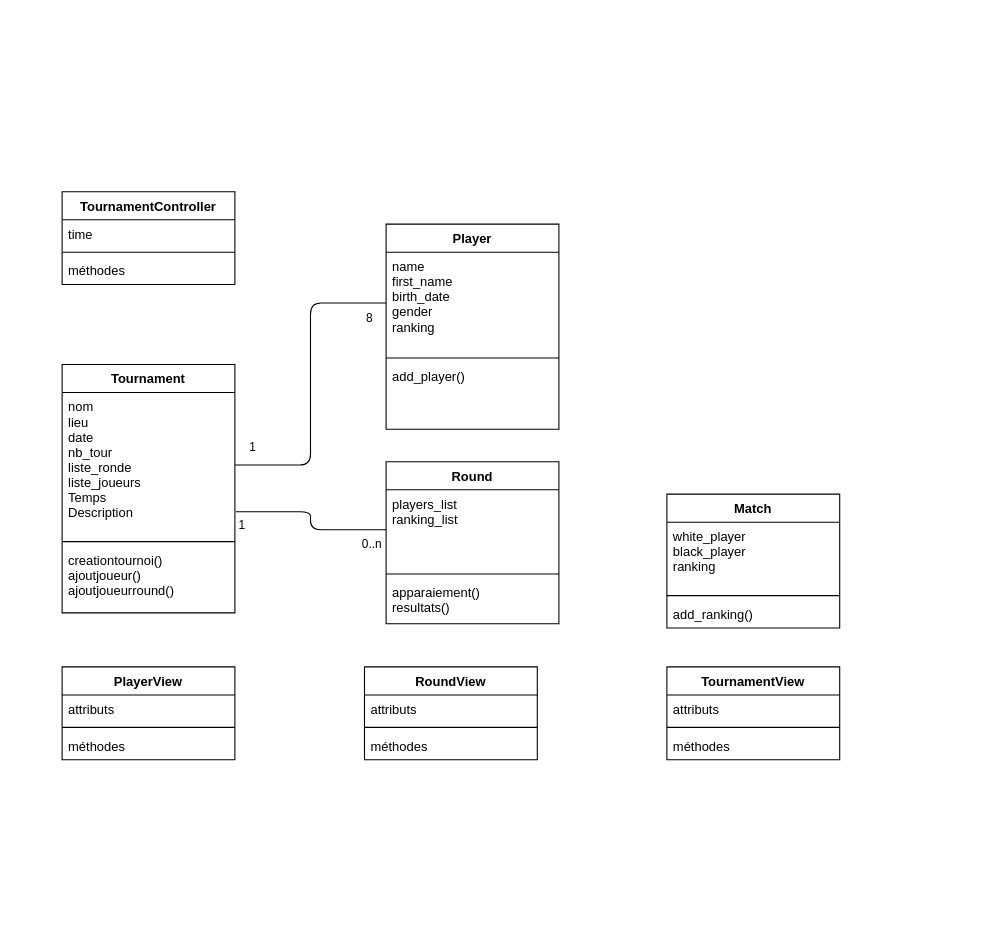
The draw.io diagram diag_class.drawio in seah78/P4, before the edit. Source tidied: cells renumbered, new cells numbered last; positions are measured from the earlier drawing's top-left corner, leaving out a move shared by most shapes. Both pictures are drawn from the tidied source at 108%, with x=0, y=0 at pixel (62, 191).
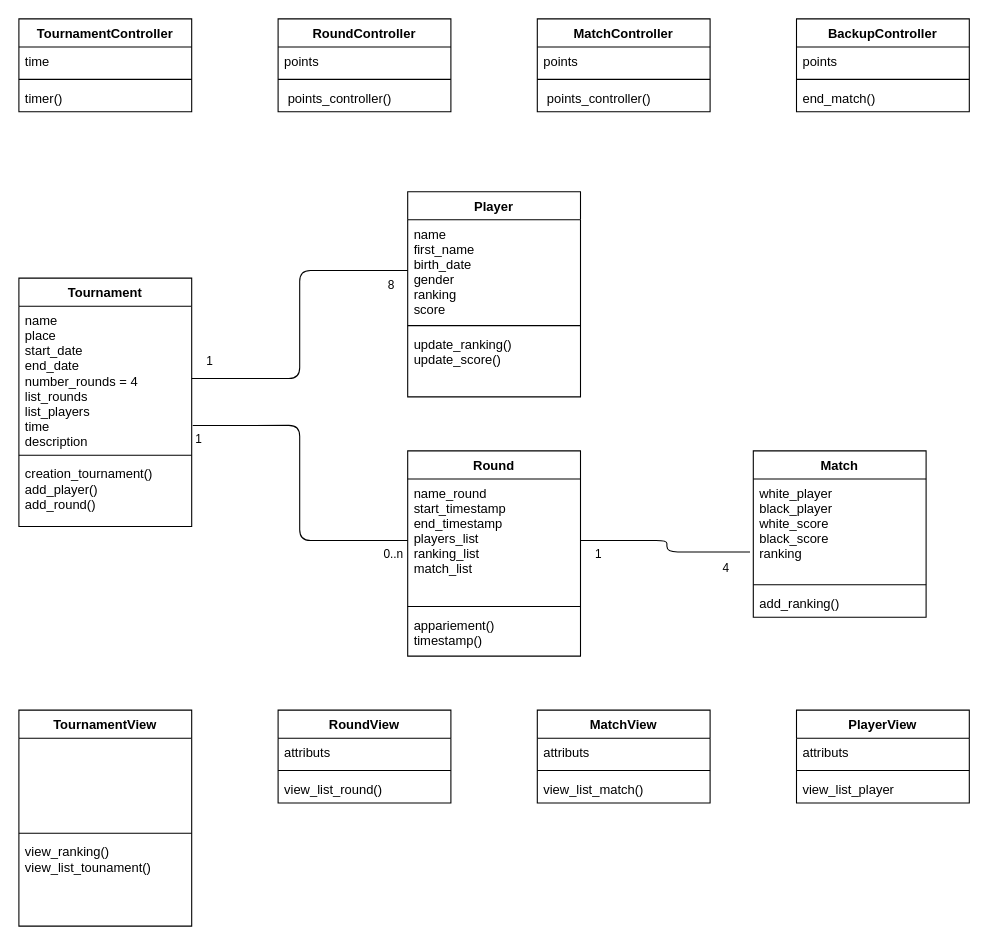
The same diagram, later.

The edit, as a diff of the source:
```diff
@@
     <mxCell id="2" value="TournamentController" style="swimlane;fontStyle=1;align=center;verticalAlign=top;horizontal=1;startSize=26;" parent="1" vertex="1">
-      <mxGeometry width="160" height="86" as="geometry" />
+      <mxGeometry x="-40" y="-160" width="160" height="86" as="geometry" />
     </mxCell>
@@
-    <mxCell id="5" value="méthodes&#10;" style="text;strokeColor=none;fillColor=none;align=left;verticalAlign=top;spacingLeft=4;spacingRight=4;overflow=hidden;" parent="2" vertex="1">
+    <mxCell id="5" value="timer()" style="text;strokeColor=none;fillColor=none;align=left;verticalAlign=top;spacingLeft=4;spacingRight=4;overflow=hidden;" parent="2" vertex="1">
       <mxGeometry y="60" width="160" height="26" as="geometry" />
     </mxCell>
     <mxCell id="6" value="Round" style="swimlane;fontStyle=1;align=center;verticalAlign=top;horizontal=1;startSize=26;" parent="1" vertex="1">
-      <mxGeometry x="300" y="250" width="160" height="150" as="geometry" />
+      <mxGeometry x="320" y="240" width="160" height="190" as="geometry" />
     </mxCell>
-    <mxCell id="7" value="players_list&#10;ranking_list" style="text;strokeColor=none;fillColor=none;align=left;verticalAlign=top;spacingLeft=4;spacingRight=4;overflow=hidden;points=[[0,0.5],[1,0.5]];portConstraint=eastwest;" parent="6" vertex="1">
-      <mxGeometry y="26" width="160" height="74" as="geometry" />
+    <mxCell id="7" value="name_round&#10;start_timestamp&#10;end_timestamp&#10;players_list&#10;ranking_list&#10;match_list" style="text;strokeColor=none;fillColor=none;align=left;verticalAlign=top;spacingLeft=4;spacingRight=4;overflow=hidden;points=[[0,0.5],[1,0.5]];portConstraint=eastwest;" parent="6" vertex="1">
+      <mxGeometry y="26" width="160" height="114" as="geometry" />
     </mxCell>
     <mxCell id="8" style="line;strokeWidth=1;fillColor=none;align=left;verticalAlign=middle;spacingTop=-1;spacingLeft=3;spacingRight=3;labelPosition=right;" parent="6" vertex="1">
-      <mxGeometry y="100" width="160" height="8" as="geometry" />
+      <mxGeometry y="140" width="160" height="8" as="geometry" />
     </mxCell>
-    <mxCell id="9" value="apparaiement()&#10;resultats()" style="text;strokeColor=none;fillColor=none;align=left;verticalAlign=top;spacingLeft=4;spacingRight=4;overflow=hidden;" parent="6" vertex="1">
-      <mxGeometry y="108" width="160" height="42" as="geometry" />
+    <mxCell id="9" value="appariement()&#10;timestamp()" style="text;strokeColor=none;fillColor=none;align=left;verticalAlign=top;spacingLeft=4;spacingRight=4;overflow=hidden;" parent="6" vertex="1">
+      <mxGeometry y="148" width="160" height="42" as="geometry" />
     </mxCell>
     <mxCell id="10" value="Player" style="swimlane;fontStyle=1;align=center;verticalAlign=top;horizontal=1;startSize=26;" parent="1" vertex="1">
-      <mxGeometry x="300" y="30" width="160" height="190" as="geometry" />
+      <mxGeometry x="320" width="160" height="190" as="geometry" />
     </mxCell>
-    <mxCell id="11" value="name&#10;first_name&#10;birth_date&#10;gender&#10;ranking" style="text;strokeColor=none;fillColor=none;align=left;verticalAlign=top;spacingLeft=4;spacingRight=4;overflow=hidden;points=[[0,0.5],[1,0.5]];portConstraint=eastwest;" parent="10" vertex="1">
+    <mxCell id="11" value="name&#10;first_name&#10;birth_date&#10;gender&#10;ranking&#10;score" style="text;strokeColor=none;fillColor=none;align=left;verticalAlign=top;spacingLeft=4;spacingRight=4;overflow=hidden;points=[[0,0.5],[1,0.5]];portConstraint=eastwest;" parent="10" vertex="1">
       <mxGeometry y="26" width="160" height="94" as="geometry" />
     </mxCell>
@@
-    <mxCell id="13" value="add_player()&#10;" style="text;strokeColor=none;fillColor=none;align=left;verticalAlign=top;spacingLeft=4;spacingRight=4;overflow=hidden;" parent="10" vertex="1">
+    <mxCell id="13" value="update_ranking()&#10;update_score()" style="text;strokeColor=none;fillColor=none;align=left;verticalAlign=top;spacingLeft=4;spacingRight=4;overflow=hidden;" parent="10" vertex="1">
       <mxGeometry y="128" width="160" height="62" as="geometry" />
     </mxCell>
     <mxCell id="14" value="Match" style="swimlane;fontStyle=1;align=center;verticalAlign=top;horizontal=1;startSize=26;" parent="1" vertex="1">
-      <mxGeometry x="560" y="280" width="160" height="124" as="geometry" />
+      <mxGeometry x="640" y="240" width="160" height="154" as="geometry" />
     </mxCell>
-    <mxCell id="15" value="white_player&#10;black_player&#10;ranking" style="text;strokeColor=none;fillColor=none;align=left;verticalAlign=top;spacingLeft=4;spacingRight=4;overflow=hidden;points=[[0,0.5],[1,0.5]];portConstraint=eastwest;" parent="14" vertex="1">
-      <mxGeometry y="26" width="160" height="64" as="geometry" />
+    <mxCell id="15" value="white_player&#10;black_player&#10;white_score&#10;black_score&#10;ranking" style="text;strokeColor=none;fillColor=none;align=left;verticalAlign=top;spacingLeft=4;spacingRight=4;overflow=hidden;points=[[0,0.5],[1,0.5]];portConstraint=eastwest;" parent="14" vertex="1">
+      <mxGeometry y="26" width="160" height="94" as="geometry" />
     </mxCell>
     <mxCell id="16" style="line;strokeWidth=1;fillColor=none;align=left;verticalAlign=middle;spacingTop=-1;spacingLeft=3;spacingRight=3;labelPosition=right;" parent="14" vertex="1">
-      <mxGeometry y="90" width="160" height="8" as="geometry" />
+      <mxGeometry y="120" width="160" height="8" as="geometry" />
     </mxCell>
     <mxCell id="17" value="add_ranking()" style="text;strokeColor=none;fillColor=none;align=left;verticalAlign=top;spacingLeft=4;spacingRight=4;overflow=hidden;" parent="14" vertex="1">
-      <mxGeometry y="98" width="160" height="26" as="geometry" />
+      <mxGeometry y="128" width="160" height="26" as="geometry" />
     </mxCell>
     <mxCell id="18" value="PlayerView" style="swimlane;fontStyle=1;align=center;verticalAlign=top;horizontal=1;startSize=26;" parent="1" vertex="1">
-      <mxGeometry y="440" width="160" height="86" as="geometry" />
+      <mxGeometry x="680" y="480" width="160" height="86" as="geometry" />
     </mxCell>
@@
-    <mxCell id="21" value="méthodes&#10;" style="text;strokeColor=none;fillColor=none;align=left;verticalAlign=top;spacingLeft=4;spacingRight=4;overflow=hidden;" parent="18" vertex="1">
+    <mxCell id="21" value="view_list_player" style="text;strokeColor=none;fillColor=none;align=left;verticalAlign=top;spacingLeft=4;spacingRight=4;overflow=hidden;" parent="18" vertex="1">
       <mxGeometry y="60" width="160" height="26" as="geometry" />
     </mxCell>
     <mxCell id="22" value="Tournament" style="swimlane;fontStyle=1;align=center;verticalAlign=top;horizontal=1;startSize=26;" parent="1" vertex="1">
-      <mxGeometry y="160" width="160" height="230" as="geometry" />
+      <mxGeometry x="-40" y="80" width="160" height="230" as="geometry" />
     </mxCell>
-    <mxCell id="23" value="nom&#10;lieu&#10;date&#10;nb_tour&#10;liste_ronde&#10;liste_joueurs&#10;Temps&#10;Description" style="text;strokeColor=none;fillColor=none;align=left;verticalAlign=top;spacingLeft=4;spacingRight=4;overflow=hidden;points=[[0,0.5],[1,0.5]];portConstraint=eastwest;" parent="22" vertex="1">
+    <mxCell id="23" value="name&#10;place&#10;start_date&#10;end_date&#10;number_rounds = 4&#10;list_rounds&#10;list_players&#10;time&#10;description" style="text;strokeColor=none;fillColor=none;align=left;verticalAlign=top;spacingLeft=4;spacingRight=4;overflow=hidden;points=[[0,0.5],[1,0.5]];portConstraint=eastwest;" parent="22" vertex="1">
       <mxGeometry y="26" width="160" height="134" as="geometry" />
     </mxCell>
@@
-    <mxCell id="25" value="creationtournoi()&#10;ajoutjoueur()&#10;ajoutjoueurround()&#10;" style="text;strokeColor=none;fillColor=none;align=left;verticalAlign=top;spacingLeft=4;spacingRight=4;overflow=hidden;" parent="22" vertex="1">
+    <mxCell id="25" value="creation_tournament()&#10;add_player()&#10;add_round()&#10;" style="text;strokeColor=none;fillColor=none;align=left;verticalAlign=top;spacingLeft=4;spacingRight=4;overflow=hidden;" parent="22" vertex="1">
       <mxGeometry y="168" width="160" height="62" as="geometry" />
     </mxCell>
     <mxCell id="26" value="RoundView" style="swimlane;fontStyle=1;align=center;verticalAlign=top;horizontal=1;startSize=26;" parent="1" vertex="1">
-      <mxGeometry x="280" y="440" width="160" height="86" as="geometry" />
+      <mxGeometry x="200" y="480" width="160" height="86" as="geometry" />
     </mxCell>
@@
-    <mxCell id="29" value="méthodes&#10;" style="text;strokeColor=none;fillColor=none;align=left;verticalAlign=top;spacingLeft=4;spacingRight=4;overflow=hidden;" parent="26" vertex="1">
+    <mxCell id="29" value="view_list_round()" style="text;strokeColor=none;fillColor=none;align=left;verticalAlign=top;spacingLeft=4;spacingRight=4;overflow=hidden;" parent="26" vertex="1">
       <mxGeometry y="60" width="160" height="26" as="geometry" />
     </mxCell>
     <mxCell id="30" value="TournamentView" style="swimlane;fontStyle=1;align=center;verticalAlign=top;horizontal=1;startSize=26;" parent="1" vertex="1">
-      <mxGeometry x="560" y="440" width="160" height="86" as="geometry" />
+      <mxGeometry x="-40" y="480" width="160" height="200" as="geometry" />
     </mxCell>
-    <mxCell id="31" value="attributs" style="text;strokeColor=none;fillColor=none;align=left;verticalAlign=top;spacingLeft=4;spacingRight=4;overflow=hidden;" parent="30" vertex="1">
-      <mxGeometry y="26" width="160" height="26" as="geometry" />
+    <mxCell id="31" value=" " style="text;strokeColor=none;fillColor=none;align=left;verticalAlign=top;spacingLeft=4;spacingRight=4;overflow=hidden;" parent="30" vertex="1">
+      <mxGeometry y="26" width="160" height="84" as="geometry" />
     </mxCell>
     <mxCell id="32" style="line;strokeWidth=1;fillColor=none;align=left;verticalAlign=middle;spacingTop=-1;spacingLeft=3;spacingRight=3;labelPosition=right;" parent="30" vertex="1">
-      <mxGeometry y="52" width="160" height="8" as="geometry" />
+      <mxGeometry y="110" width="160" height="8" as="geometry" />
     </mxCell>
-    <mxCell id="33" value="méthodes&#10;" style="text;strokeColor=none;fillColor=none;align=left;verticalAlign=top;spacingLeft=4;spacingRight=4;overflow=hidden;" parent="30" vertex="1">
-      <mxGeometry y="60" width="160" height="26" as="geometry" />
+    <mxCell id="33" value="view_ranking()&#10;view_list_tounament()" style="text;strokeColor=none;fillColor=none;align=left;verticalAlign=top;spacingLeft=4;spacingRight=4;overflow=hidden;" parent="30" vertex="1">
+      <mxGeometry y="118" width="160" height="82" as="geometry" />
     </mxCell>
@@
+    <mxCell id="40" style="endArrow=none;html=1;endSize=12;startArrow=none;startSize=14;startFill=0;edgeStyle=orthogonalEdgeStyle;entryX=1;entryY=0.5;entryDx=0;entryDy=0;exitX=-0.019;exitY=0.719;exitDx=0;exitDy=0;exitPerimeter=0;endFill=0;" parent="1" edge="1" source="15" target="7">
+      <mxGeometry relative="1" as="geometry" />
+    </mxCell>
+    <mxCell id="41" value="4" style="edgeLabel;html=1;align=left;verticalAlign=top;" parent="40" vertex="1">
+      <mxGeometry x="-1" relative="1" as="geometry">
+        <mxPoint x="-27" y="2" as="offset" />
+      </mxGeometry>
+    </mxCell>
+    <mxCell id="42" value="1" style="edgeLabel;html=1;align=right;verticalAlign=top;" parent="40" vertex="1">
+      <mxGeometry x="1" relative="1" as="geometry">
+        <mxPoint x="20" as="offset" />
+      </mxGeometry>
+    </mxCell>
+    <mxCell id="43" value="MatchController" style="swimlane;fontStyle=1;align=center;verticalAlign=top;horizontal=1;startSize=26;" parent="1" vertex="1">
+      <mxGeometry x="440" y="-160" width="160" height="86" as="geometry" />
+    </mxCell>
+    <mxCell id="44" value="points" style="text;strokeColor=none;fillColor=none;align=left;verticalAlign=top;spacingLeft=4;spacingRight=4;overflow=hidden;" parent="43" vertex="1">
+      <mxGeometry y="26" width="160" height="26" as="geometry" />
+    </mxCell>
+    <mxCell id="45" style="line;strokeWidth=1;fillColor=none;align=left;verticalAlign=middle;spacingTop=-1;spacingLeft=3;spacingRight=3;labelPosition=right;" parent="43" vertex="1">
+      <mxGeometry y="52" width="160" height="8" as="geometry" />
+    </mxCell>
+    <mxCell id="46" value=" points_controller()" style="text;strokeColor=none;fillColor=none;align=left;verticalAlign=top;spacingLeft=4;spacingRight=4;overflow=hidden;" parent="43" vertex="1">
+      <mxGeometry y="60" width="160" height="26" as="geometry" />
+    </mxCell>
+    <mxCell id="47" value="BackupController" style="swimlane;fontStyle=1;align=center;verticalAlign=top;horizontal=1;startSize=26;" parent="1" vertex="1">
+      <mxGeometry x="680" y="-160" width="160" height="86" as="geometry" />
+    </mxCell>
+    <mxCell id="48" value="points" style="text;strokeColor=none;fillColor=none;align=left;verticalAlign=top;spacingLeft=4;spacingRight=4;overflow=hidden;" parent="47" vertex="1">
+      <mxGeometry y="26" width="160" height="26" as="geometry" />
+    </mxCell>
+    <mxCell id="49" style="line;strokeWidth=1;fillColor=none;align=left;verticalAlign=middle;spacingTop=-1;spacingLeft=3;spacingRight=3;labelPosition=right;" parent="47" vertex="1">
+      <mxGeometry y="52" width="160" height="8" as="geometry" />
+    </mxCell>
+    <mxCell id="50" value="end_match()" style="text;strokeColor=none;fillColor=none;align=left;verticalAlign=top;spacingLeft=4;spacingRight=4;overflow=hidden;" parent="47" vertex="1">
+      <mxGeometry y="60" width="160" height="26" as="geometry" />
+    </mxCell>
+    <mxCell id="51" value="MatchView" style="swimlane;fontStyle=1;align=center;verticalAlign=top;horizontal=1;startSize=26;" parent="1" vertex="1">
+      <mxGeometry x="440" y="480" width="160" height="86" as="geometry" />
+    </mxCell>
+    <mxCell id="52" value="attributs" style="text;strokeColor=none;fillColor=none;align=left;verticalAlign=top;spacingLeft=4;spacingRight=4;overflow=hidden;" parent="51" vertex="1">
+      <mxGeometry y="26" width="160" height="26" as="geometry" />
+    </mxCell>
+    <mxCell id="53" style="line;strokeWidth=1;fillColor=none;align=left;verticalAlign=middle;spacingTop=-1;spacingLeft=3;spacingRight=3;labelPosition=right;" parent="51" vertex="1">
+      <mxGeometry y="52" width="160" height="8" as="geometry" />
+    </mxCell>
+    <mxCell id="54" value="view_list_match()" style="text;strokeColor=none;fillColor=none;align=left;verticalAlign=top;spacingLeft=4;spacingRight=4;overflow=hidden;" parent="51" vertex="1">
+      <mxGeometry y="60" width="160" height="26" as="geometry" />
+    </mxCell>
+    <mxCell id="55" value="RoundController" style="swimlane;fontStyle=1;align=center;verticalAlign=top;horizontal=1;startSize=26;" parent="1" vertex="1">
+      <mxGeometry x="200" y="-160" width="160" height="86" as="geometry" />
+    </mxCell>
+    <mxCell id="56" value="points" style="text;strokeColor=none;fillColor=none;align=left;verticalAlign=top;spacingLeft=4;spacingRight=4;overflow=hidden;" parent="55" vertex="1">
+      <mxGeometry y="26" width="160" height="26" as="geometry" />
+    </mxCell>
+    <mxCell id="57" style="line;strokeWidth=1;fillColor=none;align=left;verticalAlign=middle;spacingTop=-1;spacingLeft=3;spacingRight=3;labelPosition=right;" parent="55" vertex="1">
+      <mxGeometry y="52" width="160" height="8" as="geometry" />
+    </mxCell>
+    <mxCell id="58" value=" points_controller()" style="text;strokeColor=none;fillColor=none;align=left;verticalAlign=top;spacingLeft=4;spacingRight=4;overflow=hidden;" parent="55" vertex="1">
+      <mxGeometry y="60" width="160" height="26" as="geometry" />
+    </mxCell>
```
